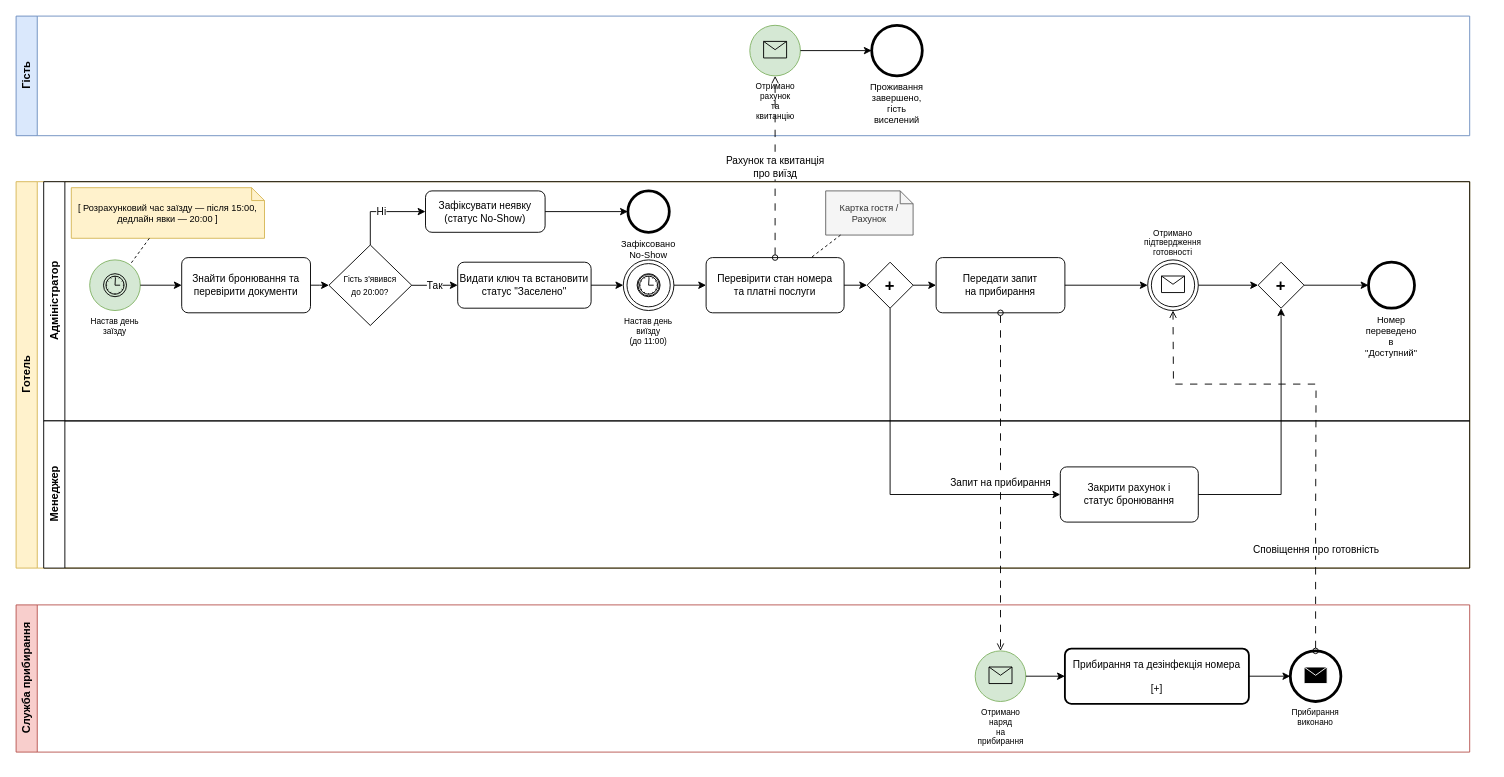
This is docs/sprint1/bpmn/02_checkin.drawio from Dun18-droid/tzyapz-team-Hay-, a draw.io file, before an edit. Source tidied: cells renumbered, new cells numbered last; positions are measured from the earlier drawing's top-left corner, leaving out a move shared by most shapes. Both pictures are drawn from the tidied source at 92%, with x=0, y=0 at pixel (16, 16). Pictures stored in the file or linked from it are replaced by grey dashed boxes.
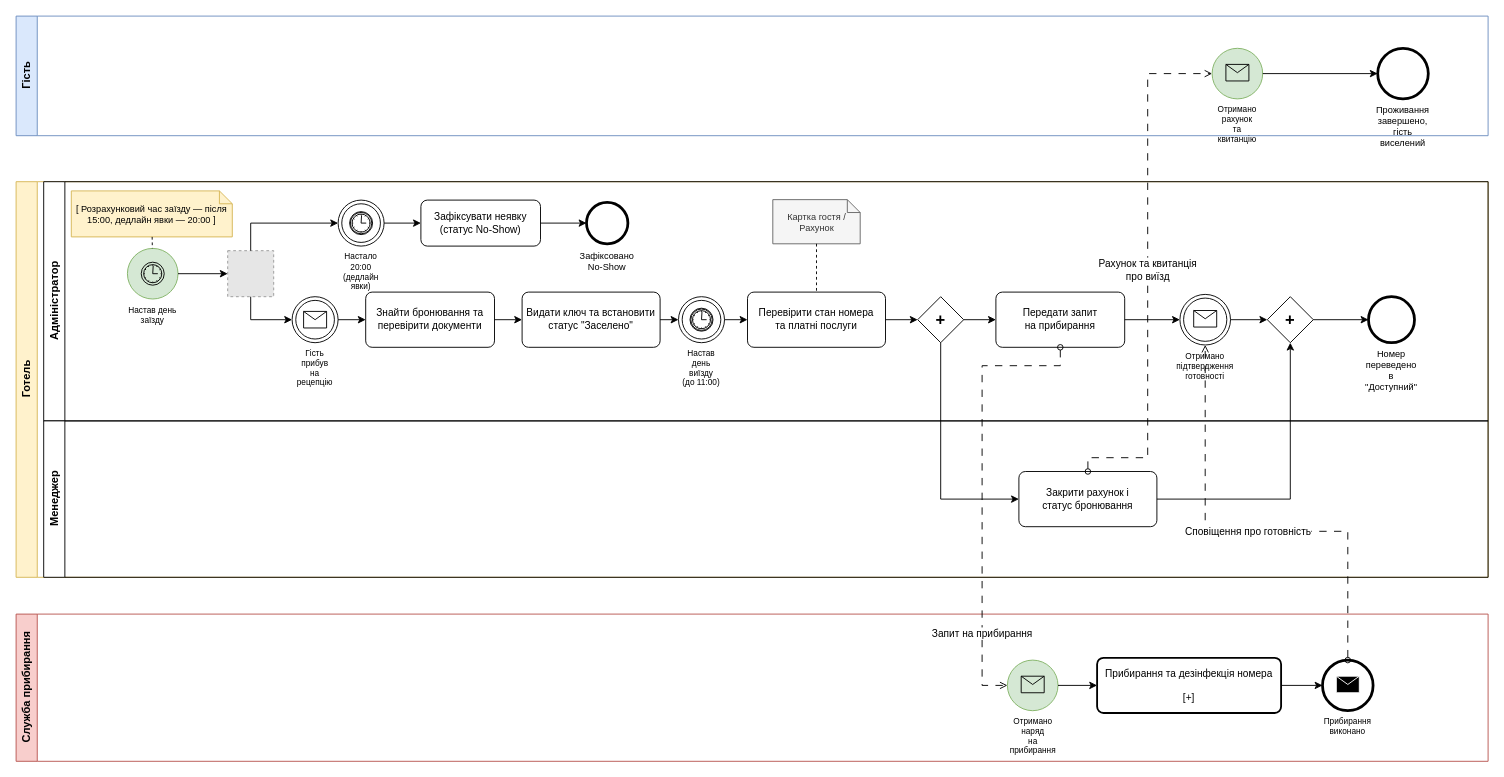
After the change.

Commit message (it also covers changes not shown here):
[BPMN] Fix checkin event gateway, align message flows and update README requirements

Diff of the diagram source:
```diff
@@
     <mxCell id="2" value="Гість" style="swimlane;horizontal=0;whiteSpace=wrap;html=1;fillColor=#dae8fc;strokeColor=#6c8ebf;" parent="1" vertex="1">
-      <mxGeometry width="1580" height="130" as="geometry" />
+      <mxGeometry width="1600" height="130" as="geometry" />
     </mxCell>
     <mxCell id="3" value="Отримано рахунок&#10;та квитанцію" style="ellipse;whiteSpace=wrap;html=1;fillColor=#d5e8d4;strokeColor=#82b366;fontSize=9;verticalLabelPosition=bottom;verticalAlign=top;" parent="2" vertex="1">
-      <mxGeometry x="797.5" y="10" width="55" height="55" as="geometry" />
+      <mxGeometry x="1300" y="35" width="55" height="55" as="geometry" />
     </mxCell>
-    <mxCell id="4" style="shape=message;whiteSpace=wrap;html=1;fillColor=none;strokeColor=#000000;" parent="3" vertex="1">
-      <mxGeometry x="15" y="17.5" width="25" height="18" as="geometry" />
-    </mxCell>
+    <mxCell id="56" style="shape=message;whiteSpace=wrap;html=1;fillColor=none;strokeColor=#000000;" parent="3" vertex="1">
+      <mxGeometry x="15" y="17.5" width="25" height="18" as="geometry" />
+    </mxCell>
     <mxCell id="5" value="Проживання завершено,&#10;гість виселений" style="ellipse;whiteSpace=wrap;html=1;strokeWidth=3;fontSize=10;verticalLabelPosition=bottom;verticalAlign=top;" parent="2" vertex="1">
-      <mxGeometry x="930" y="10" width="55" height="55" as="geometry" />
+      <mxGeometry x="1480" y="35" width="55" height="55" as="geometry" />
     </mxCell>
@@
     <mxCell id="7" value="Готель" style="swimlane;horizontal=0;whiteSpace=wrap;html=1;fillColor=#fff2cc;strokeColor=#d6b656;" parent="1" vertex="1">
-      <mxGeometry y="180" width="1580" height="420" as="geometry" />
+      <mxGeometry y="180" width="1600" height="430" as="geometry" />
     </mxCell>
     <mxCell id="8" value="Адміністратор" style="swimlane;horizontal=0;whiteSpace=wrap;html=1;" parent="7" vertex="1">
-      <mxGeometry x="30" width="1550" height="260" as="geometry" />
+      <mxGeometry x="30" width="1570" height="260" as="geometry" />
     </mxCell>
     <mxCell id="9" value="Настав день&#10;заїзду" style="ellipse;whiteSpace=wrap;html=1;fillColor=#d5e8d4;strokeColor=#82b366;fontSize=9;verticalLabelPosition=bottom;verticalAlign=top;" parent="8" vertex="1">
-      <mxGeometry x="50" y="85" width="55" height="55" as="geometry" />
+      <mxGeometry x="91" y="72.5" width="55" height="55" as="geometry" />
     </mxCell>
@@
     <mxCell id="11" value="[ Розрахунковий час заїзду — після 15:00, дедлайн явки — 20:00 ]" style="shape=note;whiteSpace=wrap;html=1;size=14;verticalAlign=middle;align=center;fontSize=10;fillColor=#fff2cc;strokeColor=#d6b656;" parent="8" vertex="1">
-      <mxGeometry x="30" y="6.5" width="210" height="55" as="geometry" />
+      <mxGeometry x="30" y="10" width="175" height="50" as="geometry" />
     </mxCell>
@@
-    <mxCell id="13" value="Знайти бронювання та&#10;перевірити документи" style="rounded=1;whiteSpace=wrap;html=1;absoluteArcSize=1;arcSize=14;fontSize=11;" parent="8" vertex="1">
-      <mxGeometry x="150" y="82.5" width="140" height="60" as="geometry" />
-    </mxCell>
-    <mxCell id="14" value="&lt;font style=&quot;font-size: 9px;&quot;&gt;Гість з'явився&lt;br&gt;до 20:00?&lt;/font&gt;" style="rhombus;whiteSpace=wrap;html=1;fontSize=11;" parent="8" vertex="1">
-      <mxGeometry x="310" y="68.8" width="90" height="87.5" as="geometry" />
-    </mxCell>
+    <mxCell id="57" style="fillColor=#E6E6E6;strokeColor=#999999;dashed=1;html=1;verticalAlign=top;verticalLabelPosition=bottom;labelBackgroundColor=#ffffff;" parent="8" vertex="1">
+      <mxGeometry x="200" y="75" width="50" height="50" as="geometry" />
+    </mxCell>
+    <mxCell id="58" value="Настало 20:00&#10;(дедлайн явки)" style="ellipse;shape=doubleEllipse;whiteSpace=wrap;html=1;fontSize=9;verticalLabelPosition=bottom;verticalAlign=top;labelPosition=center;align=center;" parent="8" vertex="1">
+      <mxGeometry x="320" y="20" width="50" height="50" as="geometry" />
+    </mxCell>
+    <mxCell id="59" style="shape=mxgraph.bpmn.timer_intermediate;whiteSpace=wrap;html=1;fillColor=none;strokeColor=#000000;" parent="58" vertex="1">
+      <mxGeometry x="12.5" y="12.5" width="25" height="25" as="geometry" />
+    </mxCell>
     <mxCell id="15" value="Зафіксувати неявку&#10;(статус No-Show)" style="rounded=1;whiteSpace=wrap;html=1;absoluteArcSize=1;arcSize=14;fontSize=11;" parent="8" vertex="1">
-      <mxGeometry x="415" y="10" width="130" height="45" as="geometry" />
+      <mxGeometry x="410" y="20" width="130" height="50" as="geometry" />
     </mxCell>
     <mxCell id="16" value="Зафіксовано&#10;No-Show" style="ellipse;whiteSpace=wrap;html=1;strokeWidth=3;fontSize=10;verticalLabelPosition=bottom;verticalAlign=top;" parent="8" vertex="1">
-      <mxGeometry x="635" y="10" width="45" height="45" as="geometry" />
+      <mxGeometry x="590" y="22.5" width="45" height="45" as="geometry" />
     </mxCell>
+    <mxCell id="60" value="Гість прибув&#10;на рецепцію" style="ellipse;shape=doubleEllipse;whiteSpace=wrap;html=1;fontSize=9;verticalLabelPosition=bottom;verticalAlign=top;" parent="8" vertex="1">
+      <mxGeometry x="270" y="125" width="50" height="50" as="geometry" />
+    </mxCell>
+    <mxCell id="61" style="shape=message;whiteSpace=wrap;html=1;fillColor=none;strokeColor=#000000;" parent="60" vertex="1">
+      <mxGeometry x="12.5" y="16" width="25" height="18" as="geometry" />
+    </mxCell>
+    <mxCell id="13" value="Знайти бронювання та&#10;перевірити документи" style="rounded=1;whiteSpace=wrap;html=1;absoluteArcSize=1;arcSize=14;fontSize=11;" parent="8" vertex="1">
+      <mxGeometry x="350" y="120" width="140" height="60" as="geometry" />
+    </mxCell>
     <mxCell id="17" value="Видати ключ та встановити&#10;статус &quot;Заселено&quot;" style="rounded=1;whiteSpace=wrap;html=1;absoluteArcSize=1;arcSize=14;fontSize=11;" parent="8" vertex="1">
-      <mxGeometry x="450" y="87.5" width="145" height="50" as="geometry" />
+      <mxGeometry x="520" y="120" width="150" height="60" as="geometry" />
     </mxCell>
     <mxCell id="18" value="Настав день виїзду&#10;(до 11:00)" style="ellipse;shape=doubleEllipse;whiteSpace=wrap;html=1;fontSize=9;verticalLabelPosition=bottom;verticalAlign=top;" parent="8" vertex="1">
-      <mxGeometry x="630" y="85" width="55" height="55" as="geometry" />
+      <mxGeometry x="690" y="125" width="50" height="50" as="geometry" />
     </mxCell>
-    <mxCell id="19" style="shape=mxgraph.bpmn.timer_intermediate;whiteSpace=wrap;html=1;fillColor=none;strokeColor=#000000;" parent="18" vertex="1">
-      <mxGeometry x="15" y="15" width="25" height="25" as="geometry" />
-    </mxCell>
+    <mxCell id="62" style="shape=mxgraph.bpmn.timer_intermediate;whiteSpace=wrap;html=1;fillColor=none;strokeColor=#000000;" parent="18" vertex="1">
+      <mxGeometry x="12.5" y="12.5" width="25" height="25" as="geometry" />
+    </mxCell>
     <mxCell id="20" value="Перевірити стан номера&#10;та платні послуги" style="rounded=1;whiteSpace=wrap;html=1;absoluteArcSize=1;arcSize=14;fontSize=11;" parent="8" vertex="1">
-      <mxGeometry x="720" y="82.5" width="150" height="60" as="geometry" />
+      <mxGeometry x="765" y="120" width="150" height="60" as="geometry" />
     </mxCell>
     <mxCell id="21" value="Картка гостя /&#10;Рахунок" style="shape=note;whiteSpace=wrap;html=1;size=14;verticalAlign=middle;align=center;fontSize=10;fillColor=#f5f5f5;fontColor=#333333;strokeColor=#666666;" parent="8" vertex="1">
-      <mxGeometry x="850" y="10" width="95" height="48" as="geometry" />
+      <mxGeometry x="792.5" y="19.5" width="95" height="48" as="geometry" />
     </mxCell>
@@
-    <mxCell id="23" value="+" style="rhombus;whiteSpace=wrap;html=1;fontStyle=1;fontSize=18;" parent="8" vertex="1">
-      <mxGeometry x="895" y="87.5" width="50" height="50" as="geometry" />
-    </mxCell>
+    <mxCell id="63" value="+" style="rhombus;whiteSpace=wrap;html=1;fontStyle=1;fontSize=18;" parent="8" vertex="1">
+      <mxGeometry x="950" y="125" width="50" height="50" as="geometry" />
+    </mxCell>
     <mxCell id="24" value="Передати запит&#10;на прибирання" style="rounded=1;whiteSpace=wrap;html=1;absoluteArcSize=1;arcSize=14;fontSize=11;" parent="8" vertex="1">
-      <mxGeometry x="970" y="82.5" width="140" height="60" as="geometry" />
+      <mxGeometry x="1035" y="120" width="140" height="60" as="geometry" />
     </mxCell>
-    <mxCell id="25" value="Отримано&#10;підтвердження&#10;готовності" style="ellipse;shape=doubleEllipse;whiteSpace=wrap;html=1;fontSize=9;verticalLabelPosition=top;verticalAlign=bottom;labelPosition=center;align=center;" parent="8" vertex="1">
-      <mxGeometry x="1200" y="85" width="55" height="55" as="geometry" />
+    <mxCell id="25" value="Отримано&#10;підтвердження&#10;готовності" style="ellipse;shape=doubleEllipse;whiteSpace=wrap;html=1;fontSize=9;verticalLabelPosition=bottom;verticalAlign=top;" parent="8" vertex="1">
+      <mxGeometry x="1235" y="122.5" width="55" height="55" as="geometry" />
     </mxCell>
-    <mxCell id="26" style="shape=message;whiteSpace=wrap;html=1;fillColor=none;strokeColor=#000000;" parent="25" vertex="1">
-      <mxGeometry x="15" y="17.5" width="25" height="18" as="geometry" />
-    </mxCell>
-    <mxCell id="27" value="+" style="rhombus;whiteSpace=wrap;html=1;fontStyle=1;fontSize=18;" parent="8" vertex="1">
-      <mxGeometry x="1320" y="87.5" width="50" height="50" as="geometry" />
-    </mxCell>
+    <mxCell id="64" style="shape=message;whiteSpace=wrap;html=1;fillColor=none;strokeColor=#000000;" parent="25" vertex="1">
+      <mxGeometry x="15" y="17.5" width="25" height="18" as="geometry" />
+    </mxCell>
+    <mxCell id="65" value="+" style="rhombus;whiteSpace=wrap;html=1;fontStyle=1;fontSize=18;" parent="8" vertex="1">
+      <mxGeometry x="1330" y="125" width="50" height="50" as="geometry" />
+    </mxCell>
     <mxCell id="28" value="Номер переведено в&#10;&quot;Доступний&quot;" style="ellipse;whiteSpace=wrap;html=1;strokeWidth=3;fontSize=10;verticalLabelPosition=bottom;verticalAlign=top;" parent="8" vertex="1">
-      <mxGeometry x="1440" y="87.5" width="50" height="50" as="geometry" />
+      <mxGeometry x="1440" y="125" width="50" height="50" as="geometry" />
     </mxCell>
-    <mxCell id="29" style="edgeStyle=orthogonalEdgeStyle;rounded=0;html=1;" parent="8" edge="1" source="9" target="13">
-      <mxGeometry relative="1" as="geometry" />
-    </mxCell>
-    <mxCell id="30" style="edgeStyle=orthogonalEdgeStyle;rounded=0;html=1;" parent="8" edge="1" source="13" target="14">
-      <mxGeometry relative="1" as="geometry" />
-    </mxCell>
-    <mxCell id="31" value="Ні" style="edgeStyle=orthogonalEdgeStyle;rounded=0;html=1;entryX=0;entryY=0.5;entryDx=0;entryDy=0;" parent="8" edge="1" source="14" target="15">
-      <mxGeometry relative="1" as="geometry">
-        <Array as="points">
-          <mxPoint x="355" y="33" />
-          <mxPoint x="415" y="33" />
-        </Array>
-      </mxGeometry>
-    </mxCell>
+    <mxCell id="66" style="edgeStyle=orthogonalEdgeStyle;rounded=0;html=1;" parent="8" edge="1" source="9" target="57">
+      <mxGeometry relative="1" as="geometry" />
+    </mxCell>
+    <mxCell id="67" style="edgeStyle=orthogonalEdgeStyle;rounded=0;html=1;" parent="8" edge="1" source="57" target="58">
+      <mxGeometry relative="1" as="geometry">
+        <Array as="points">
+          <mxPoint x="225" y="45" />
+        </Array>
+      </mxGeometry>
+    </mxCell>
+    <mxCell id="68" style="edgeStyle=orthogonalEdgeStyle;rounded=0;html=1;" parent="8" edge="1" source="58" target="15">
+      <mxGeometry relative="1" as="geometry" />
+    </mxCell>
@@
-    <mxCell id="33" value="Так" style="edgeStyle=orthogonalEdgeStyle;rounded=0;html=1;" parent="8" edge="1" source="14" target="17">
-      <mxGeometry relative="1" as="geometry" />
-    </mxCell>
+    <mxCell id="69" style="edgeStyle=orthogonalEdgeStyle;rounded=0;html=1;" parent="8" edge="1" source="57" target="60">
+      <mxGeometry relative="1" as="geometry">
+        <Array as="points">
+          <mxPoint x="225" y="150" />
+        </Array>
+      </mxGeometry>
+    </mxCell>
+    <mxCell id="70" style="edgeStyle=orthogonalEdgeStyle;rounded=0;html=1;" parent="8" edge="1" source="60" target="13">
+      <mxGeometry relative="1" as="geometry" />
+    </mxCell>
+    <mxCell id="71" style="edgeStyle=orthogonalEdgeStyle;rounded=0;html=1;" parent="8" edge="1" source="13" target="17">
+      <mxGeometry relative="1" as="geometry" />
+    </mxCell>
@@
-    <mxCell id="36" style="edgeStyle=orthogonalEdgeStyle;rounded=0;html=1;" parent="8" edge="1" source="20" target="23">
-      <mxGeometry relative="1" as="geometry" />
-    </mxCell>
-    <mxCell id="37" style="edgeStyle=orthogonalEdgeStyle;rounded=0;html=1;" parent="8" edge="1" source="23" target="24">
-      <mxGeometry relative="1" as="geometry" />
-    </mxCell>
+    <mxCell id="72" style="edgeStyle=orthogonalEdgeStyle;rounded=0;html=1;" parent="8" edge="1" source="20" target="63">
+      <mxGeometry relative="1" as="geometry" />
+    </mxCell>
+    <mxCell id="73" style="edgeStyle=orthogonalEdgeStyle;rounded=0;html=1;exitX=1;exitY=0.5;exitDx=0;exitDy=0;entryX=0;entryY=0.5;entryDx=0;entryDy=0;" parent="8" edge="1" source="63" target="24">
+      <mxGeometry relative="1" as="geometry" />
+    </mxCell>
@@
-    <mxCell id="39" style="edgeStyle=orthogonalEdgeStyle;rounded=0;html=1;" parent="8" edge="1" source="25" target="27">
-      <mxGeometry relative="1" as="geometry" />
-    </mxCell>
-    <mxCell id="40" style="edgeStyle=orthogonalEdgeStyle;rounded=0;html=1;" parent="8" edge="1" source="27" target="28">
-      <mxGeometry relative="1" as="geometry" />
-    </mxCell>
+    <mxCell id="74" style="edgeStyle=orthogonalEdgeStyle;rounded=0;html=1;" parent="8" edge="1" source="25" target="65">
+      <mxGeometry relative="1" as="geometry" />
+    </mxCell>
+    <mxCell id="75" style="edgeStyle=orthogonalEdgeStyle;rounded=0;html=1;" parent="8" edge="1" source="65" target="28">
+      <mxGeometry relative="1" as="geometry" />
+    </mxCell>
     <mxCell id="41" value="Менеджер" style="swimlane;horizontal=0;whiteSpace=wrap;html=1;" parent="7" vertex="1">
-      <mxGeometry x="30" y="260" width="1550" height="160" as="geometry" />
+      <mxGeometry x="30" y="260" width="1570" height="170" as="geometry" />
     </mxCell>
     <mxCell id="42" value="Закрити рахунок і&#10;статус бронювання" style="rounded=1;whiteSpace=wrap;html=1;absoluteArcSize=1;arcSize=14;fontSize=11;" parent="41" vertex="1">
-      <mxGeometry x="1105" y="50" width="150" height="60" as="geometry" />
+      <mxGeometry x="1060" y="55" width="150" height="60" as="geometry" />
     </mxCell>
-    <mxCell id="43" style="edgeStyle=orthogonalEdgeStyle;rounded=0;html=1;exitX=0.5;exitY=1;exitDx=0;exitDy=0;entryX=0;entryY=0.5;entryDx=0;entryDy=0;" parent="7" edge="1" source="23" target="42">
-      <mxGeometry relative="1" as="geometry">
-        <Array as="points">
-          <mxPoint x="950" y="340" />
-        </Array>
-      </mxGeometry>
-    </mxCell>
-    <mxCell id="44" style="edgeStyle=orthogonalEdgeStyle;rounded=0;html=1;exitX=1;exitY=0.5;exitDx=0;exitDy=0;entryX=0.5;entryY=1;entryDx=0;entryDy=0;" parent="7" edge="1" source="42" target="27">
-      <mxGeometry relative="1" as="geometry">
-        <Array as="points">
-          <mxPoint x="1375" y="340" />
-        </Array>
-      </mxGeometry>
-    </mxCell>
+    <mxCell id="76" style="edgeStyle=orthogonalEdgeStyle;rounded=0;html=1;exitX=0.5;exitY=1;exitDx=0;exitDy=0;entryX=0;entryY=0.5;entryDx=0;entryDy=0;" parent="7" edge="1" source="63" target="42">
+      <mxGeometry relative="1" as="geometry">
+        <Array as="points">
+          <mxPoint x="1005" y="345" />
+        </Array>
+      </mxGeometry>
+    </mxCell>
+    <mxCell id="77" style="edgeStyle=orthogonalEdgeStyle;rounded=0;html=1;exitX=1;exitY=0.5;exitDx=0;exitDy=0;entryX=0.5;entryY=1;entryDx=0;entryDy=0;" parent="7" edge="1" source="42" target="65">
+      <mxGeometry relative="1" as="geometry">
+        <Array as="points">
+          <mxPoint x="1385" y="345" />
+        </Array>
+      </mxGeometry>
+    </mxCell>
     <mxCell id="45" value="Служба прибирання" style="swimlane;horizontal=0;whiteSpace=wrap;html=1;fillColor=#f8cecc;strokeColor=#b85450;" parent="1" vertex="1">
-      <mxGeometry y="640" width="1580" height="160" as="geometry" />
+      <mxGeometry y="650" width="1600" height="160" as="geometry" />
     </mxCell>
     <mxCell id="46" value="Отримано наряд&#10;на прибирання" style="ellipse;whiteSpace=wrap;html=1;fillColor=#d5e8d4;strokeColor=#82b366;fontSize=9;verticalLabelPosition=bottom;verticalAlign=top;" parent="45" vertex="1">
-      <mxGeometry x="1042.5" y="50" width="55" height="55" as="geometry" />
+      <mxGeometry x="1077.5" y="50" width="55" height="55" as="geometry" />
     </mxCell>
-    <mxCell id="47" style="shape=message;whiteSpace=wrap;html=1;fillColor=none;strokeColor=#000000;" parent="46" vertex="1">
-      <mxGeometry x="15" y="17.5" width="25" height="18" as="geometry" />
-    </mxCell>
+    <mxCell id="78" style="shape=message;whiteSpace=wrap;html=1;fillColor=none;strokeColor=#000000;" parent="46" vertex="1">
+      <mxGeometry x="15" y="17.5" width="25" height="18" as="geometry" />
+    </mxCell>
     <mxCell id="48" value="Прибирання та дезінфекція номера&#10;&#10;[+]" style="rounded=1;whiteSpace=wrap;html=1;absoluteArcSize=1;arcSize=14;strokeWidth=2;fontSize=11;" parent="45" vertex="1">
-      <mxGeometry x="1140" y="47.5" width="200" height="60" as="geometry" />
+      <mxGeometry x="1175" y="47.5" width="200" height="60" as="geometry" />
     </mxCell>
     <mxCell id="49" value="Прибирання&#10;виконано" style="ellipse;whiteSpace=wrap;html=1;strokeWidth=3;fontSize=9;verticalLabelPosition=bottom;verticalAlign=top;" parent="45" vertex="1">
-      <mxGeometry x="1385" y="50" width="55" height="55" as="geometry" />
+      <mxGeometry x="1420" y="50" width="55" height="55" as="geometry" />
     </mxCell>
@@
-    <mxCell id="53" value="Рахунок та квитанція&#10;про виїзд" style="edgeStyle=orthogonalEdgeStyle;rounded=0;jettySize=auto;html=1;dashed=1;dashPattern=8 8;startArrow=oval;startFill=0;endArrow=open;entryX=0.5;entryY=1;entryDx=0;entryDy=0;" parent="1" edge="1" source="20" target="3">
-      <mxGeometry relative="1" as="geometry" />
+    <mxCell id="53" value="Рахунок та квитанція&#10;про виїзд" style="edgeStyle=orthogonalEdgeStyle;rounded=0;jettySize=auto;html=1;dashed=1;dashPattern=8 8;startArrow=oval;startFill=0;endArrow=open;exitX=0.5;exitY=0;exitDx=0;exitDy=0;" parent="1" edge="1" source="42" target="3">
+      <mxGeometry relative="1" as="geometry">
+        <Array as="points">
+          <mxPoint x="1165" y="480" />
+          <mxPoint x="1230" y="480" />
+          <mxPoint x="1230" y="62.5" />
+        </Array>
+      </mxGeometry>
     </mxCell>
-    <mxCell id="54" value="Запит на прибирання" style="edgeStyle=orthogonalEdgeStyle;rounded=0;jettySize=auto;html=1;dashed=1;dashPattern=8 8;startArrow=oval;startFill=0;endArrow=open;entryX=0.5;entryY=0;entryDx=0;entryDy=0;" parent="1" edge="1" source="24" target="46">
-      <mxGeometry relative="1" as="geometry" />
+    <mxCell id="54" value="Запит на прибирання" style="edgeStyle=orthogonalEdgeStyle;rounded=0;jettySize=auto;html=1;dashed=1;dashPattern=8 8;startArrow=oval;startFill=0;endArrow=open;exitX=0.5;exitY=1;exitDx=0;exitDy=0;" parent="1" edge="1" source="24" target="46">
+      <mxGeometry x="0.65" relative="1" as="geometry">
+        <Array as="points">
+          <mxPoint x="1135" y="380" />
+          <mxPoint x="1050" y="380" />
+          <mxPoint x="1050" y="727.5" />
+        </Array>
+      </mxGeometry>
     </mxCell>
-    <mxCell id="55" value="Сповіщення про готовність" style="edgeStyle=orthogonalEdgeStyle;rounded=0;jettySize=auto;html=1;dashed=1;dashPattern=8 8;startArrow=oval;startFill=0;endArrow=open;exitX=0.5;exitY=0;exitDx=0;exitDy=0;" parent="1" edge="1" source="49" target="25">
-      <mxGeometry x="-0.58" relative="1" as="geometry">
+    <mxCell id="55" value="Сповіщення про готовність" style="edgeStyle=orthogonalEdgeStyle;rounded=0;jettySize=auto;html=1;dashed=1;dashPattern=8 8;startArrow=oval;startFill=0;endArrow=open;exitX=0.5;exitY=0;exitDx=0;exitDy=0;entryX=0.5;entryY=1;entryDx=0;entryDy=0;" parent="1" edge="1" source="49" target="25">
+      <mxGeometry relative="1" as="geometry">
         <Array as="points">
-          <mxPoint x="1413" y="550" />
-          <mxPoint x="1413" y="550" />
-          <mxPoint x="1413" y="400" />
-          <mxPoint x="1258" y="400" />
+          <mxPoint x="1408" y="560" />
+          <mxPoint x="1223" y="560" />
         </Array>
       </mxGeometry>
     </mxCell>
```
